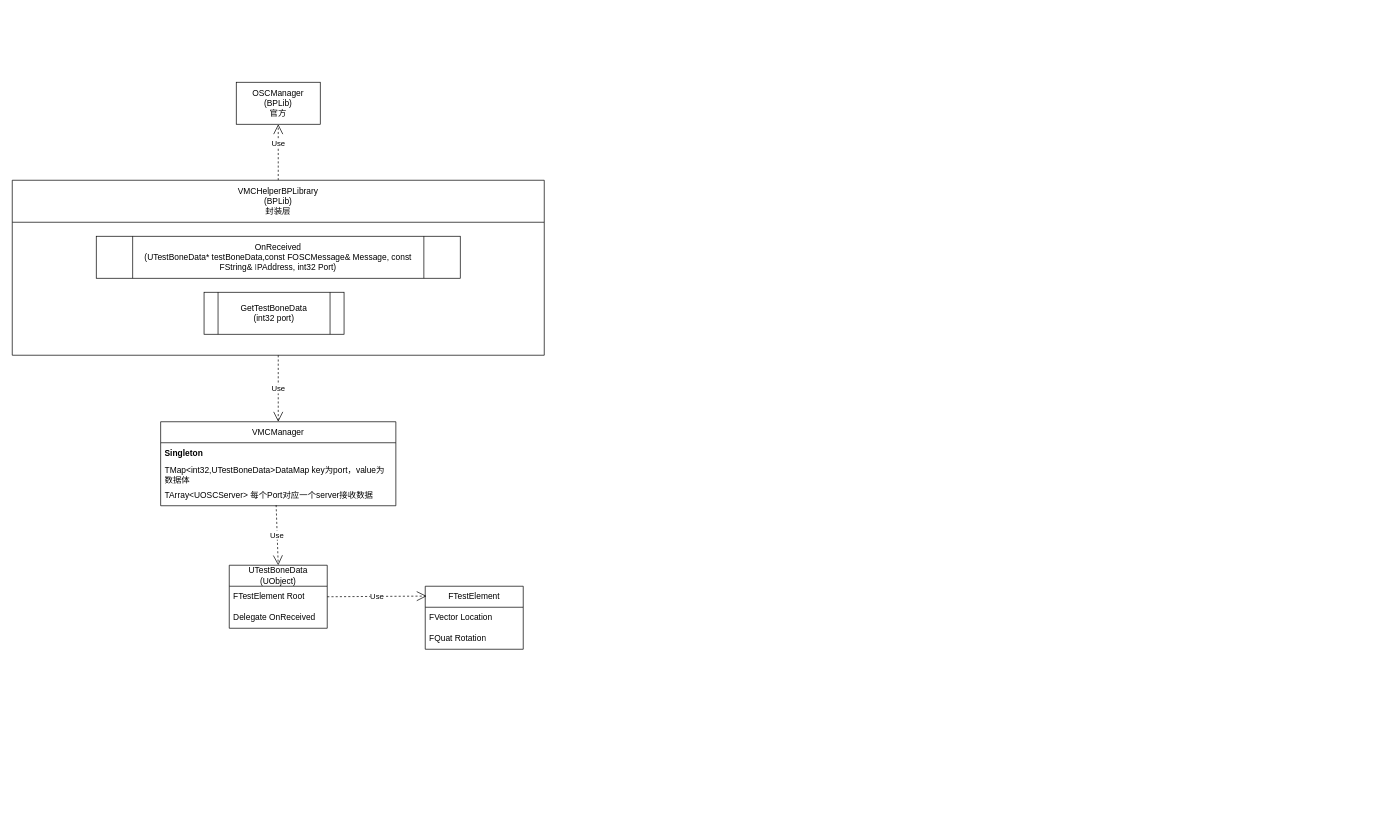
Before: osc.drawio in Owlcean/drawiorecord, a draw.io diagram. Source tidied: cells renumbered, new cells numbered last; positions are measured from the earlier drawing's top-left corner, leaving out a move shared by most shapes. Both pictures are drawn from the tidied source at 70%, with x=0, y=0 at pixel (12, 82).
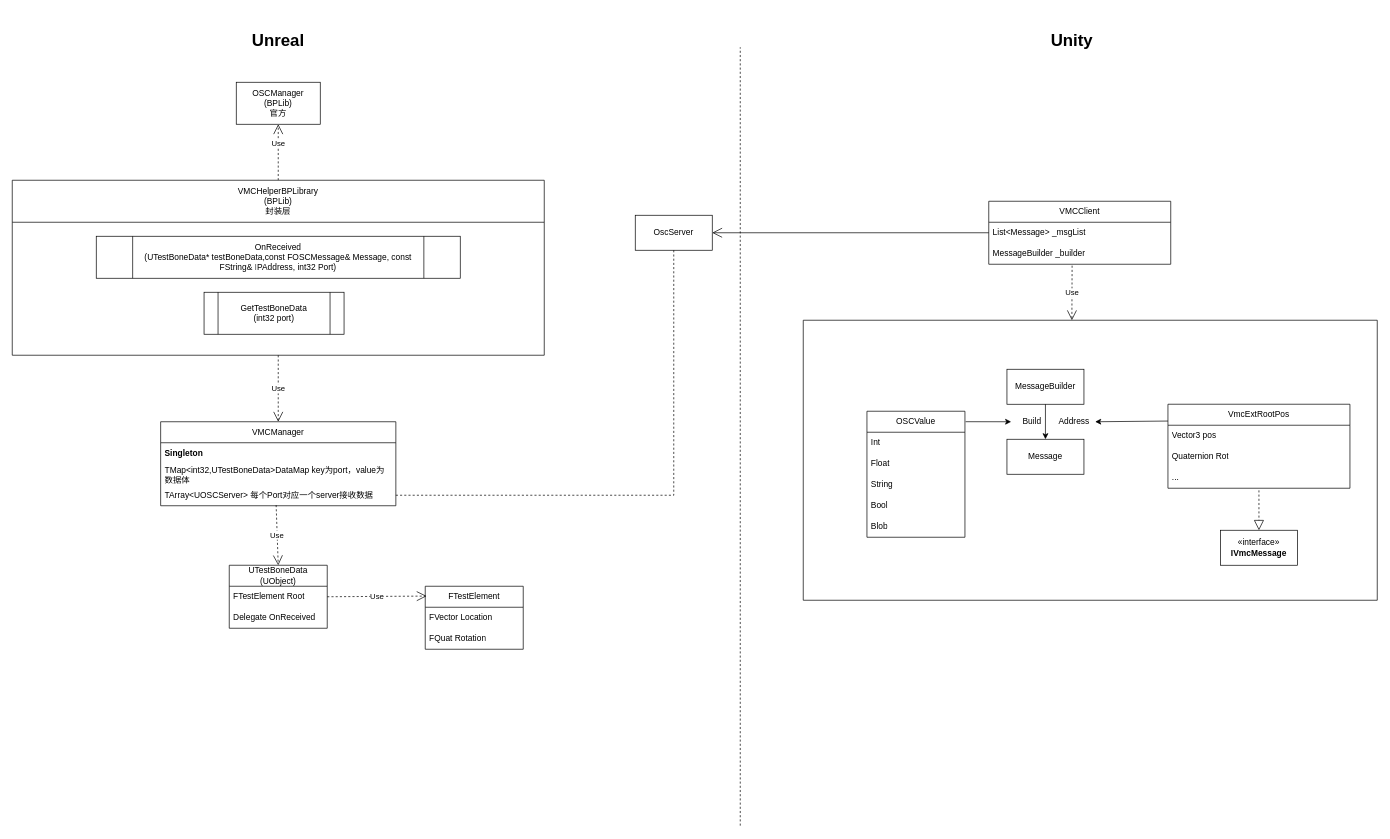
The same diagram, later.

Unchanged cells that the change refers to:
```xml
<mxCell id="9" value="TArray&amp;lt;UOSCServer&amp;gt; 每个Port对应一个server接收数据" style="text;strokeColor=none;fillColor=none;align=left;verticalAlign=middle;spacingLeft=4;spacingRight=4;overflow=hidden;points=[[0,0.5],[1,0.5]];portConstraint=eastwest;whiteSpace=wrap;html=1;" parent="6" vertex="1">
  <mxGeometry y="90" width="336" height="30" as="geometry" />
</mxCell>
```

What changed in the source:
```diff
@@
+    <mxCell id="20" style="swimlane;startSize=0;" parent="1" vertex="1">
+      <mxGeometry x="1130" y="340" width="820" height="400" as="geometry" />
+    </mxCell>
+    <mxCell id="21" style="endArrow=block;dashed=1;endFill=0;endSize=12;html=1;rounded=0;exitX=0.5;exitY=1.1;exitDx=0;exitDy=0;exitPerimeter=0;entryX=0.5;entryY=0;entryDx=0;entryDy=0;" parent="20" edge="1" source="26" target="22">
+      <mxGeometry relative="1" as="geometry" />
+    </mxCell>
+    <mxCell id="22" value="«interface»&lt;br&gt;&lt;b&gt;IVmcMessage&lt;/b&gt;" style="html=1;whiteSpace=wrap;" parent="20" vertex="1">
+      <mxGeometry x="596" y="300" width="110" height="50" as="geometry" />
+    </mxCell>
+    <mxCell id="23" value="VmcExtRootPos" style="swimlane;fontStyle=0;horizontal=1;startSize=30;whiteSpace=wrap;html=1;" parent="20" vertex="1">
+      <mxGeometry x="521" y="120" width="260" height="120" as="geometry" />
+    </mxCell>
+    <mxCell id="24" value="Vector3 pos" style="text;strokeColor=none;fillColor=none;align=left;verticalAlign=middle;spacingLeft=4;spacingRight=4;overflow=hidden;whiteSpace=wrap;html=1;" parent="23" vertex="1">
+      <mxGeometry y="30" width="260" height="30" as="geometry" />
+    </mxCell>
+    <mxCell id="25" value="Quaternion Rot" style="text;strokeColor=none;fillColor=none;align=left;verticalAlign=middle;spacingLeft=4;spacingRight=4;overflow=hidden;whiteSpace=wrap;html=1;" parent="23" vertex="1">
+      <mxGeometry y="60" width="260" height="30" as="geometry" />
+    </mxCell>
+    <mxCell id="26" value="..." style="text;strokeColor=none;fillColor=none;align=left;verticalAlign=middle;spacingLeft=4;spacingRight=4;overflow=hidden;points=[[0,0.5],[1,0.5]];portConstraint=eastwest;whiteSpace=wrap;html=1;" parent="23" vertex="1">
+      <mxGeometry y="90" width="260" height="30" as="geometry" />
+    </mxCell>
+    <mxCell id="27" value="MessageBuilder" style="html=1;whiteSpace=wrap;" parent="20" vertex="1">
+      <mxGeometry x="291" y="70" width="110" height="50" as="geometry" />
+    </mxCell>
+    <mxCell id="28" value="Message" style="html=1;whiteSpace=wrap;" parent="20" vertex="1">
+      <mxGeometry x="291" y="170" width="110" height="50" as="geometry" />
+    </mxCell>
+    <mxCell id="29" style="endArrow=classic;html=1;rounded=0;exitX=0.5;exitY=1;exitDx=0;exitDy=0;entryX=0.5;entryY=0;entryDx=0;entryDy=0;" parent="20" edge="1" source="27" target="28">
+      <mxGeometry relative="1" as="geometry" />
+    </mxCell>
+    <mxCell id="30" value="Build" style="text;html=1;align=center;verticalAlign=middle;whiteSpace=wrap;rounded=0;" parent="20" vertex="1">
+      <mxGeometry x="297" y="130" width="60" height="30" as="geometry" />
+    </mxCell>
+    <mxCell id="31" style="endArrow=classic;html=1;rounded=0;entryX=1;entryY=0.5;entryDx=0;entryDy=0;exitX=0;exitY=0.2;exitDx=0;exitDy=0;exitPerimeter=0;" parent="20" edge="1" source="23" target="32">
+      <mxGeometry relative="1" as="geometry" />
+    </mxCell>
+    <mxCell id="32" value="Address" style="text;html=1;align=center;verticalAlign=middle;whiteSpace=wrap;rounded=0;" parent="20" vertex="1">
+      <mxGeometry x="357" y="130" width="60" height="30" as="geometry" />
+    </mxCell>
+    <mxCell id="33" value="OSCValue" style="swimlane;fontStyle=0;horizontal=1;startSize=30;whiteSpace=wrap;html=1;" parent="20" vertex="1">
+      <mxGeometry x="91" y="130" width="140" height="180" as="geometry" />
+    </mxCell>
+    <mxCell id="34" value="Int" style="text;strokeColor=none;fillColor=none;align=left;verticalAlign=middle;spacingLeft=4;spacingRight=4;overflow=hidden;whiteSpace=wrap;html=1;" parent="33" vertex="1">
+      <mxGeometry y="30" width="140" height="30" as="geometry" />
+    </mxCell>
+    <mxCell id="35" value="Float" style="text;strokeColor=none;fillColor=none;align=left;verticalAlign=middle;spacingLeft=4;spacingRight=4;overflow=hidden;whiteSpace=wrap;html=1;" parent="33" vertex="1">
+      <mxGeometry y="60" width="140" height="30" as="geometry" />
+    </mxCell>
+    <mxCell id="36" value="String" style="text;strokeColor=none;fillColor=none;align=left;verticalAlign=middle;spacingLeft=4;spacingRight=4;overflow=hidden;whiteSpace=wrap;html=1;" parent="33" vertex="1">
+      <mxGeometry y="90" width="140" height="30" as="geometry" />
+    </mxCell>
+    <mxCell id="37" value="Bool" style="text;strokeColor=none;fillColor=none;align=left;verticalAlign=middle;spacingLeft=4;spacingRight=4;overflow=hidden;whiteSpace=wrap;html=1;" parent="33" vertex="1">
+      <mxGeometry y="120" width="140" height="30" as="geometry" />
+    </mxCell>
+    <mxCell id="38" value="Blob" style="text;strokeColor=none;fillColor=none;align=left;verticalAlign=middle;spacingLeft=4;spacingRight=4;overflow=hidden;whiteSpace=wrap;html=1;" parent="33" vertex="1">
+      <mxGeometry y="150" width="140" height="30" as="geometry" />
+    </mxCell>
+    <mxCell id="39" style="endArrow=classic;html=1;rounded=0;exitX=1.007;exitY=0.083;exitDx=0;exitDy=0;exitPerimeter=0;entryX=0;entryY=0.5;entryDx=0;entryDy=0;" parent="20" edge="1" source="33" target="30">
+      <mxGeometry relative="1" as="geometry" />
+    </mxCell>
@@
+    <mxCell id="40" style="endArrow=none;dashed=1;html=1;rounded=0;" parent="1" edge="1">
+      <mxGeometry relative="1" as="geometry">
+        <mxPoint x="1040" y="1062" as="sourcePoint" />
+        <mxPoint x="1040" y="-50" as="targetPoint" />
+      </mxGeometry>
+    </mxCell>
+    <mxCell id="41" value="VMCClient" style="swimlane;fontStyle=0;horizontal=1;startSize=30;whiteSpace=wrap;html=1;" parent="1" vertex="1">
+      <mxGeometry x="1395" y="170" width="260" height="90" as="geometry" />
+    </mxCell>
+    <mxCell id="42" value="List&amp;lt;Message&amp;gt; _msgList" style="text;strokeColor=none;fillColor=none;align=left;verticalAlign=middle;spacingLeft=4;spacingRight=4;overflow=hidden;points=[[0,0.5],[1,0.5]];portConstraint=eastwest;whiteSpace=wrap;html=1;" parent="41" vertex="1">
+      <mxGeometry y="30" width="260" height="30" as="geometry" />
+    </mxCell>
+    <mxCell id="43" value="MessageBuilder _builder" style="text;strokeColor=none;fillColor=none;align=left;verticalAlign=middle;spacingLeft=4;spacingRight=4;overflow=hidden;points=[[0,0.5],[1,0.5]];portConstraint=eastwest;whiteSpace=wrap;html=1;" parent="41" vertex="1">
+      <mxGeometry y="60" width="260" height="30" as="geometry" />
+    </mxCell>
+    <mxCell id="44" value="&lt;b style=&quot;font-size: 24px;&quot;&gt;Unreal&lt;/b&gt;" style="text;html=1;align=center;verticalAlign=middle;whiteSpace=wrap;rounded=0;fontSize=24;" parent="1" vertex="1">
+      <mxGeometry x="350" y="-75" width="60" height="30" as="geometry" />
+    </mxCell>
+    <mxCell id="45" value="&lt;b style=&quot;font-size: 24px;&quot;&gt;Unity&lt;/b&gt;" style="text;html=1;align=center;verticalAlign=middle;whiteSpace=wrap;rounded=0;fontSize=24;" parent="1" vertex="1">
+      <mxGeometry x="1414" y="-100" width="200" height="80" as="geometry" />
+    </mxCell>
+    <mxCell id="46" value="Use" style="endArrow=open;endSize=12;dashed=1;html=1;rounded=0;exitX=0.458;exitY=1.067;exitDx=0;exitDy=0;exitPerimeter=0;entryX=0.468;entryY=0;entryDx=0;entryDy=0;entryPerimeter=0;" parent="1" edge="1" source="43" target="20">
+      <mxGeometry relative="1" as="geometry" />
+    </mxCell>
+    <mxCell id="47" style="endArrow=open;endFill=1;endSize=12;html=1;rounded=0;exitX=0;exitY=0.5;exitDx=0;exitDy=0;entryX=1;entryY=0.5;entryDx=0;entryDy=0;" parent="1" edge="1" source="42" target="48">
+      <mxGeometry relative="1" as="geometry" />
+    </mxCell>
+    <mxCell id="48" value="OscServer" style="html=1;whiteSpace=wrap;" parent="1" vertex="1">
+      <mxGeometry x="890" y="190" width="110" height="50" as="geometry" />
+    </mxCell>
+    <mxCell id="49" style="endArrow=none;dashed=1;html=1;rounded=0;entryX=0.5;entryY=1;entryDx=0;entryDy=0;exitX=1;exitY=0.5;exitDx=0;exitDy=0;" parent="1" edge="1" source="9" target="48">
+      <mxGeometry relative="1" as="geometry">
+        <Array as="points">
+          <mxPoint x="945" y="590" />
+        </Array>
+      </mxGeometry>
+    </mxCell>
```
